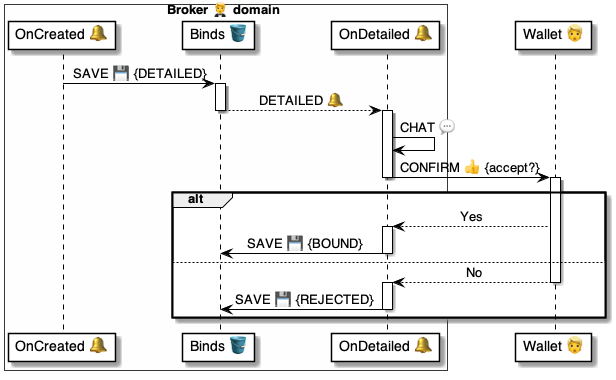
pollyweb-org/pollyweb-docs keeps this PlantUML diagram as 4 ⚙️ Solution/20 🧑‍🦰 UI/Brokers 🤵/🤵🪣 Broker tables/Binds 🔗 table/🪣🔔 2 Detailed/🤵 OnBindDetailed ⚙️ uml.png. Above is the earlier version. Its source is kept beside it as 4 ⚙️ Solution/20 🧑‍🦰 UI/Brokers 🤵/🤵🪣 Broker tables/Binds 🔗 table/🪣🔔 2 Detailed/🤵 OnBindDetailed ⚙️ uml.puml.
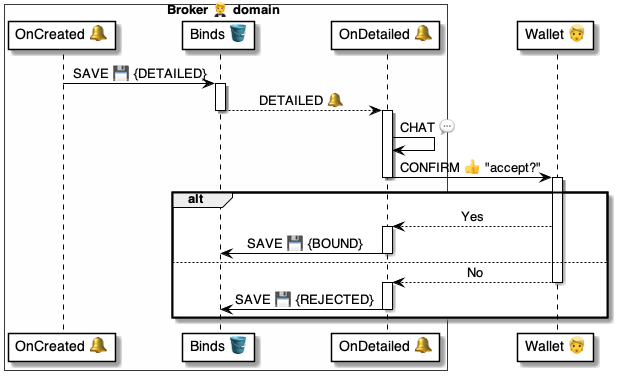
Later version of the same file.

Diff of the diagram source:
```diff
@@ -17,7 +17,7 @@
 
 activate detailed
     detailed -> detailed: CHAT 💬
-    detailed -> wallet: CONFIRM 👍 {accept?}
+    detailed -> wallet: CONFIRM 👍 "accept?"
 deactivate detailed
 
 alt
```
